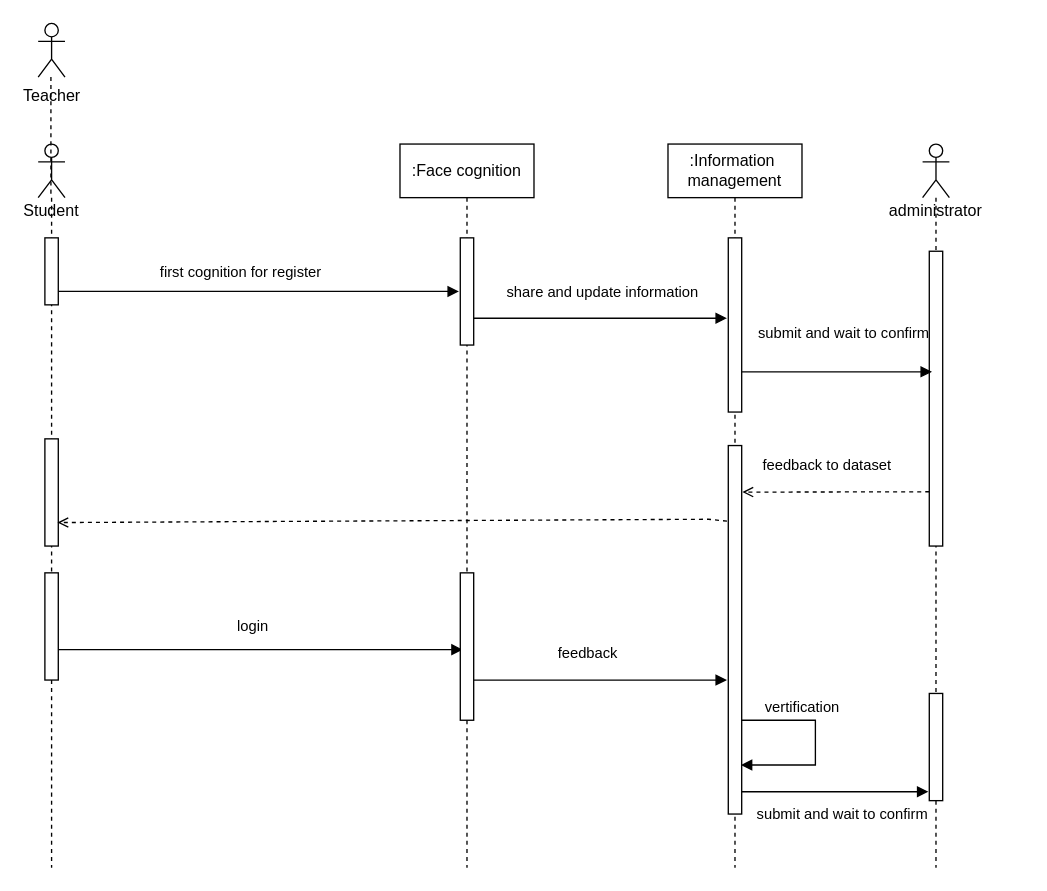
This is page "sequencr_uml" (1 of 8) of doc/demo.drawio from MUST-Quick-Fry/Face-Recognition-Sign-In-System, a draw.io file, before an edit. Source tidied: cells renumbered, new cells numbered last; positions are measured from the earlier drawing's top-left corner, leaving out a move shared by most shapes. Both pictures are drawn from the tidied source at 134%, with x=0, y=0 at pixel (38, 23).
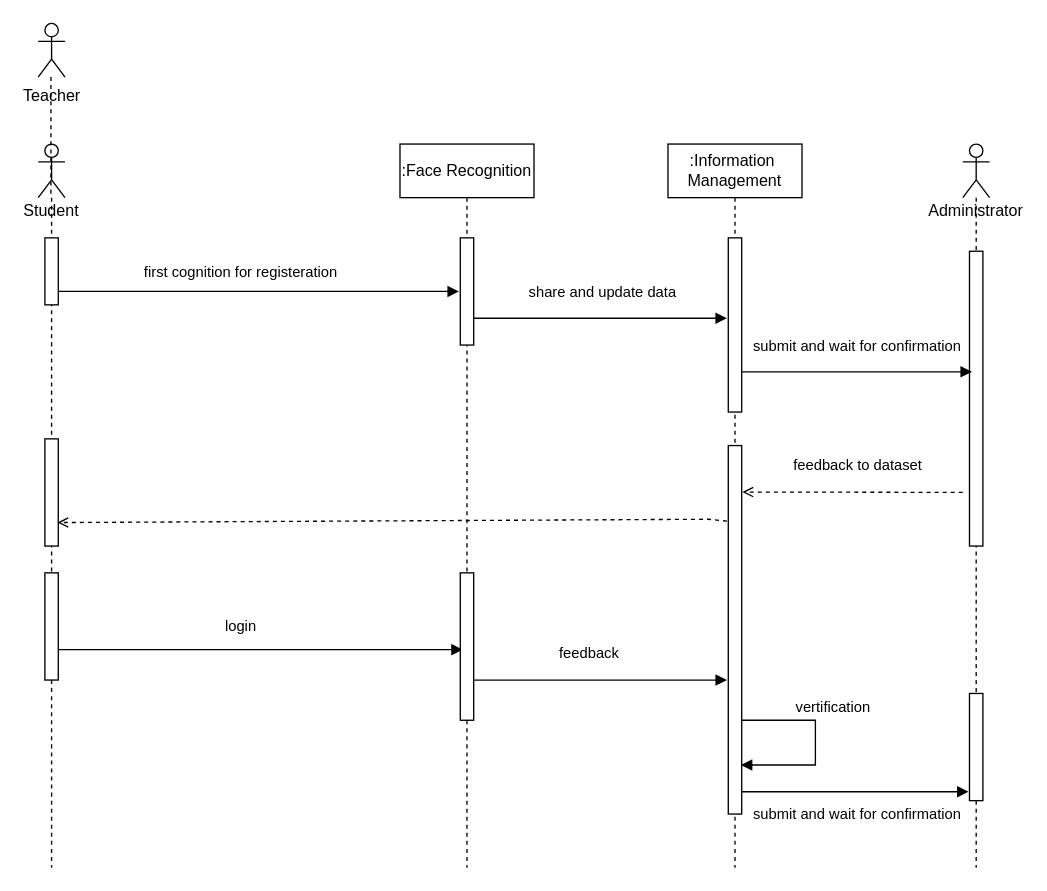
The same page after the edit.

Unchanged cells that the change refers to:
```xml
<mxCell id="6" style="edgeStyle=none;rounded=0;orthogonalLoop=1;jettySize=auto;html=1;fontColor=#030303;endArrow=block;endFill=1;strokeColor=#030303;" parent="1" edge="1">
  <mxGeometry relative="1" as="geometry">
    <mxPoint x="14" y="200" as="sourcePoint" />
    <mxPoint x="314" y="200" as="targetPoint" />
    <Array as="points">
      <mxPoint x="49" y="200" />
    </Array>
  </mxGeometry>
</mxCell>
<mxCell id="21" style="html=1;points=[];perimeter=orthogonalPerimeter;strokeColor=#030303;fillColor=#FFFFFF;" parent="1" vertex="1">
  <mxGeometry x="515" y="160" width="10" height="130" as="geometry" />
</mxCell>
```

Diff of the diagram source:
```diff
@@
-    <mxCell id="2" value=":Face cognition" style="shape=umlLifeline;perimeter=lifelinePerimeter;whiteSpace=wrap;html=1;fontColor=#030303;strokeColor=#030303;fillColor=#FFFFFF;" parent="1" vertex="1">
+    <mxCell id="2" value=":Face Recognition" style="shape=umlLifeline;perimeter=lifelinePerimeter;whiteSpace=wrap;html=1;fontColor=#030303;strokeColor=#030303;fillColor=#FFFFFF;" parent="1" vertex="1">
       <mxGeometry x="270" y="90" width="100" height="540" as="geometry" />
     </mxCell>
-    <mxCell id="3" value=":Information&amp;nbsp; management" style="shape=umlLifeline;perimeter=lifelinePerimeter;whiteSpace=wrap;html=1;fontColor=#030303;strokeColor=#030303;fillColor=#FFFFFF;" parent="1" vertex="1">
+    <mxCell id="3" value=":Information&amp;nbsp; Management" style="shape=umlLifeline;perimeter=lifelinePerimeter;whiteSpace=wrap;html=1;fontColor=#030303;strokeColor=#030303;fillColor=#FFFFFF;" parent="1" vertex="1">
       <mxGeometry x="470" y="90" width="100" height="540" as="geometry" />
     </mxCell>
-    <mxCell id="4" value="administrator" style="shape=umlLifeline;participant=umlActor;perimeter=lifelinePerimeter;whiteSpace=wrap;html=1;verticalAlign=top;spacingTop=36;fontColor=#030303;strokeColor=#030303;fillColor=#FFFFFF;" parent="1" vertex="1">
-      <mxGeometry x="660" y="90" width="20" height="540" as="geometry" />
+    <mxCell id="4" value="Administrator" style="shape=umlLifeline;participant=umlActor;perimeter=lifelinePerimeter;whiteSpace=wrap;html=1;verticalAlign=top;spacingTop=36;fontColor=#030303;strokeColor=#030303;fillColor=#FFFFFF;" parent="1" vertex="1">
+      <mxGeometry x="690" y="90" width="20" height="540" as="geometry" />
     </mxCell>
@@
-    <mxCell id="7" value="&lt;span&gt;first cognition for register&lt;/span&gt;" style="edgeLabel;html=1;align=center;verticalAlign=middle;fontColor=#030303;labelBackgroundColor=none;" parent="6" vertex="1">
+    <mxCell id="7" value="&lt;span&gt;first cognition for registeration&lt;/span&gt;" style="edgeLabel;html=1;align=center;verticalAlign=middle;fontColor=#030303;labelBackgroundColor=none;" parent="6" vertex="1">
       <mxGeometry x="-0.29" y="4" relative="1" as="geometry">
         <mxPoint x="29" y="-11" as="offset" />
       </mxGeometry>
     </mxCell>
-    <mxCell id="8" value="&lt;span&gt;share and update information&lt;/span&gt;" style="edgeLabel;html=1;align=center;verticalAlign=middle;fontColor=#030303;labelBackgroundColor=none;" parent="6" vertex="1">
+    <mxCell id="8" value="&lt;span&gt;share and update data&lt;/span&gt;" style="edgeLabel;html=1;align=center;verticalAlign=middle;fontColor=#030303;labelBackgroundColor=none;" parent="6" vertex="1">
       <mxGeometry x="-0.29" y="4" relative="1" as="geometry">
         <mxPoint x="299" y="4" as="offset" />
       </mxGeometry>
     </mxCell>
-    <mxCell id="9" value="submit and wait to confirm" style="edgeLabel;html=1;align=center;verticalAlign=middle;fontColor=#030303;labelBackgroundColor=none;" parent="6" vertex="1">
+    <mxCell id="9" value="submit and wait for confirmation" style="edgeLabel;html=1;align=center;verticalAlign=middle;fontColor=#030303;labelBackgroundColor=none;" parent="6" vertex="1">
       <mxGeometry x="-0.29" y="4" relative="1" as="geometry">
-        <mxPoint x="479" y="34" as="offset" />
+        <mxPoint x="489" y="44" as="offset" />
       </mxGeometry>
     </mxCell>
@@
-    <mxCell id="13" style="edgeStyle=none;rounded=0;orthogonalLoop=1;jettySize=auto;html=1;endArrow=open;endFill=0;strokeColor=#000000;dashed=1;exitX=-0.149;exitY=0.799;exitDx=0;exitDy=0;exitPerimeter=0;" parent="1" edge="1">
+    <mxCell id="13" style="edgeStyle=none;rounded=0;orthogonalLoop=1;jettySize=auto;html=1;endArrow=open;endFill=0;strokeColor=#000000;dashed=1;" parent="1" edge="1">
       <mxGeometry relative="1" as="geometry">
-        <mxPoint x="665" y="349.5" as="sourcePoint" />
+        <mxPoint x="690" y="350" as="sourcePoint" />
         <mxPoint x="525.5" y="349.7" as="targetPoint" />
         <Array as="points">
           <mxPoint x="561.5" y="349.7" />
         </Array>
       </mxGeometry>
     </mxCell>
     <mxCell id="14" value="login" style="edgeLabel;html=1;align=center;verticalAlign=middle;labelBackgroundColor=none;fontColor=#000000;" parent="13" vertex="1">
       <mxGeometry x="-0.81" y="-4" relative="1" as="geometry">
-        <mxPoint x="-492" y="104" as="offset" />
+        <mxPoint x="-524" y="104" as="offset" />
       </mxGeometry>
     </mxCell>
     <mxCell id="15" value="feedback" style="edgeLabel;html=1;align=center;verticalAlign=middle;labelBackgroundColor=none;fontColor=#000000;" parent="13" vertex="1">
       <mxGeometry x="-0.81" y="-4" relative="1" as="geometry">
-        <mxPoint x="-242" y="124" as="offset" />
+        <mxPoint x="-264" y="124" as="offset" />
       </mxGeometry>
     </mxCell>
@@
-    <mxCell id="17" value="&lt;span style=&quot;color: rgb(3 , 3 , 3)&quot;&gt;submit and wait to confirm&lt;/span&gt;" style="edgeLabel;html=1;align=center;verticalAlign=middle;labelBackgroundColor=none;fontColor=#000000;" parent="13" vertex="1">
+    <mxCell id="17" value="&lt;span style=&quot;color: rgb(3 , 3 , 3)&quot;&gt;submit and wait for confirmation&lt;/span&gt;" style="edgeLabel;html=1;align=center;verticalAlign=middle;labelBackgroundColor=none;fontColor=#000000;" parent="13" vertex="1">
       <mxGeometry x="-0.81" y="-4" relative="1" as="geometry">
-        <mxPoint x="-52" y="244" as="offset" />
+        <mxPoint x="-64" y="244" as="offset" />
       </mxGeometry>
     </mxCell>
@@
     <mxCell id="19" style="html=1;points=[];perimeter=orthogonalPerimeter;strokeColor=#030303;fillColor=#FFFFFF;" parent="1" vertex="1">
-      <mxGeometry x="665" y="170" width="10" height="220" as="geometry" />
+      <mxGeometry x="695" y="170" width="10" height="220" as="geometry" />
     </mxCell>
-    <mxCell id="20" style="edgeStyle=none;rounded=0;jettySize=auto;html=1;endArrow=block;endFill=1;strokeColor=#000000;" parent="1" edge="1" source="21">
-      <mxGeometry relative="1" as="geometry">
-        <mxPoint x="667" y="260" as="targetPoint" />
-      </mxGeometry>
+    <mxCell id="20" style="edgeStyle=none;rounded=0;jettySize=auto;html=1;endArrow=block;endFill=1;strokeColor=#000000;entryX=0.184;entryY=0.409;entryDx=0;entryDy=0;entryPerimeter=0;" parent="1" edge="1" source="21" target="19">
+      <mxGeometry relative="1" as="geometry" />
     </mxCell>
@@
     <mxCell id="33" style="html=1;points=[];perimeter=orthogonalPerimeter;labelBackgroundColor=none;fontColor=#000000;strokeColor=#000000;fillColor=#FFFFFF;" parent="1" vertex="1">
-      <mxGeometry x="665" y="500" width="10" height="80" as="geometry" />
+      <mxGeometry x="695" y="500" width="10" height="80" as="geometry" />
     </mxCell>
```
